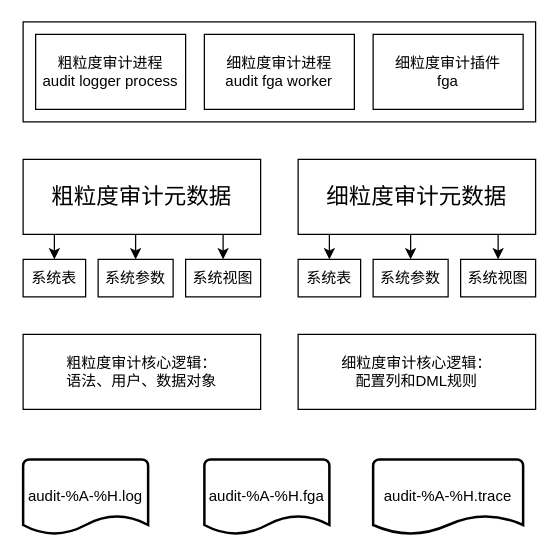
Above: 审计总框架.drawio in hnusttyj530/fc3D (draw.io), before the change. Source tidied: cells renumbered, new cells numbered last; positions are measured from the earlier drawing's top-left corner, leaving out a move shared by most shapes. Both pictures are drawn from the tidied source at 125%, with x=0, y=0 at pixel (22, 21).
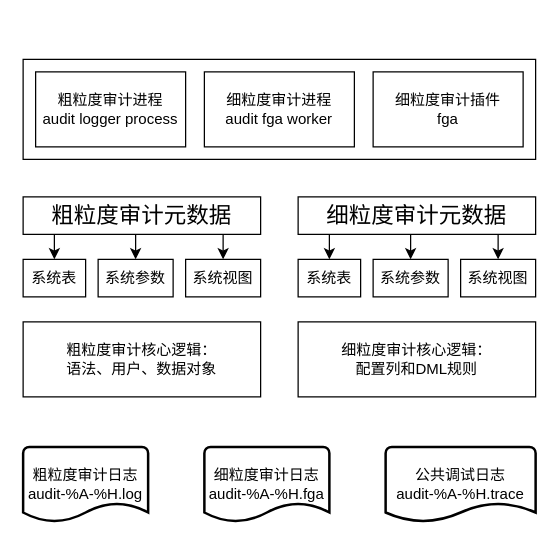
After the change.

Commit message:
更新审计总框架.drawio

Change to the diagram source:
```diff
@@
     <mxCell id="2" style="rounded=0;whiteSpace=wrap;html=1;" parent="1" vertex="1">
-      <mxGeometry width="410" height="80" as="geometry" />
+      <mxGeometry y="30" width="410" height="80" as="geometry" />
     </mxCell>
     <mxCell id="3" value="粗粒度审计进程&lt;br&gt;audit logger process" style="rounded=0;whiteSpace=wrap;html=1;" parent="1" vertex="1">
-      <mxGeometry x="10" y="10" width="120" height="60" as="geometry" />
+      <mxGeometry x="10" y="40" width="120" height="60" as="geometry" />
     </mxCell>
     <mxCell id="4" value="细粒度审计进程&lt;br&gt;&lt;div&gt;audit fga worker&lt;/div&gt;" style="rounded=0;whiteSpace=wrap;html=1;" parent="1" vertex="1">
-      <mxGeometry x="145" y="10" width="120" height="60" as="geometry" />
+      <mxGeometry x="145" y="40" width="120" height="60" as="geometry" />
     </mxCell>
@@
     <mxCell id="8" value="&lt;font style=&quot;font-size: 18px;&quot;&gt;粗粒度审计元数据&lt;/font&gt;" style="rounded=0;whiteSpace=wrap;html=1;" parent="1" vertex="1">
-      <mxGeometry y="110" width="190" height="60" as="geometry" />
+      <mxGeometry y="140" width="190" height="30" as="geometry" />
     </mxCell>
@@
     <mxCell id="15" value="&lt;font style=&quot;font-size: 18px;&quot;&gt;细粒度审计元数据&lt;/font&gt;" style="rounded=0;whiteSpace=wrap;html=1;" parent="1" vertex="1">
-      <mxGeometry x="220" y="110" width="190" height="60" as="geometry" />
+      <mxGeometry x="220" y="140" width="190" height="30" as="geometry" />
     </mxCell>
@@
     <mxCell id="19" value="细粒度审计插件&lt;br&gt;&lt;div&gt;fga &lt;br&gt;&lt;/div&gt;" style="rounded=0;whiteSpace=wrap;html=1;" parent="1" vertex="1">
-      <mxGeometry x="280" y="10" width="120" height="60" as="geometry" />
+      <mxGeometry x="280" y="40" width="120" height="60" as="geometry" />
     </mxCell>
     <mxCell id="20" value="&lt;div&gt;粗粒度审计核心逻辑：&lt;/div&gt;&lt;div&gt;语法、用户、数据对象&lt;br&gt;&lt;/div&gt;" style="rounded=0;whiteSpace=wrap;html=1;" parent="1" vertex="1">
-      <mxGeometry y="250" width="190" height="60" as="geometry" />
+      <mxGeometry y="240" width="190" height="60" as="geometry" />
     </mxCell>
     <mxCell id="21" value="&lt;div&gt;细粒度审计核心逻辑：&lt;/div&gt;&lt;div&gt;配置列和DML规则&lt;br&gt;&lt;/div&gt;" style="rounded=0;whiteSpace=wrap;html=1;" parent="1" vertex="1">
-      <mxGeometry x="220" y="250" width="190" height="60" as="geometry" />
+      <mxGeometry x="220" y="240" width="190" height="60" as="geometry" />
     </mxCell>
-    <mxCell id="22" value="audit-%A-%H.log" style="strokeWidth=2;html=1;shape=mxgraph.flowchart.document2;whiteSpace=wrap;size=0.25;" parent="1" vertex="1">
-      <mxGeometry y="350" width="100" height="60" as="geometry" />
+    <mxCell id="22" value="粗粒度审计日志audit-%A-%H.log" style="strokeWidth=2;html=1;shape=mxgraph.flowchart.document2;whiteSpace=wrap;size=0.25;" parent="1" vertex="1">
+      <mxGeometry y="340" width="100" height="60" as="geometry" />
     </mxCell>
-    <mxCell id="23" value="audit-%A-%H.fga" style="strokeWidth=2;html=1;shape=mxgraph.flowchart.document2;whiteSpace=wrap;size=0.25;" parent="1" vertex="1">
-      <mxGeometry x="145" y="350" width="100" height="60" as="geometry" />
+    <mxCell id="23" value="细粒度审计日志audit-%A-%H.fga" style="strokeWidth=2;html=1;shape=mxgraph.flowchart.document2;whiteSpace=wrap;size=0.25;" parent="1" vertex="1">
+      <mxGeometry x="145" y="340" width="100" height="60" as="geometry" />
     </mxCell>
-    <mxCell id="24" value="audit-%A-%H.trace" style="strokeWidth=2;html=1;shape=mxgraph.flowchart.document2;whiteSpace=wrap;size=0.25;" parent="1" vertex="1">
-      <mxGeometry x="280" y="350" width="120" height="60" as="geometry" />
+    <mxCell id="24" value="公共调试日志&lt;br&gt;audit-%A-%H.trace" style="strokeWidth=2;html=1;shape=mxgraph.flowchart.document2;whiteSpace=wrap;size=0.25;" parent="1" vertex="1">
+      <mxGeometry x="290" y="340" width="120" height="60" as="geometry" />
     </mxCell>
```
